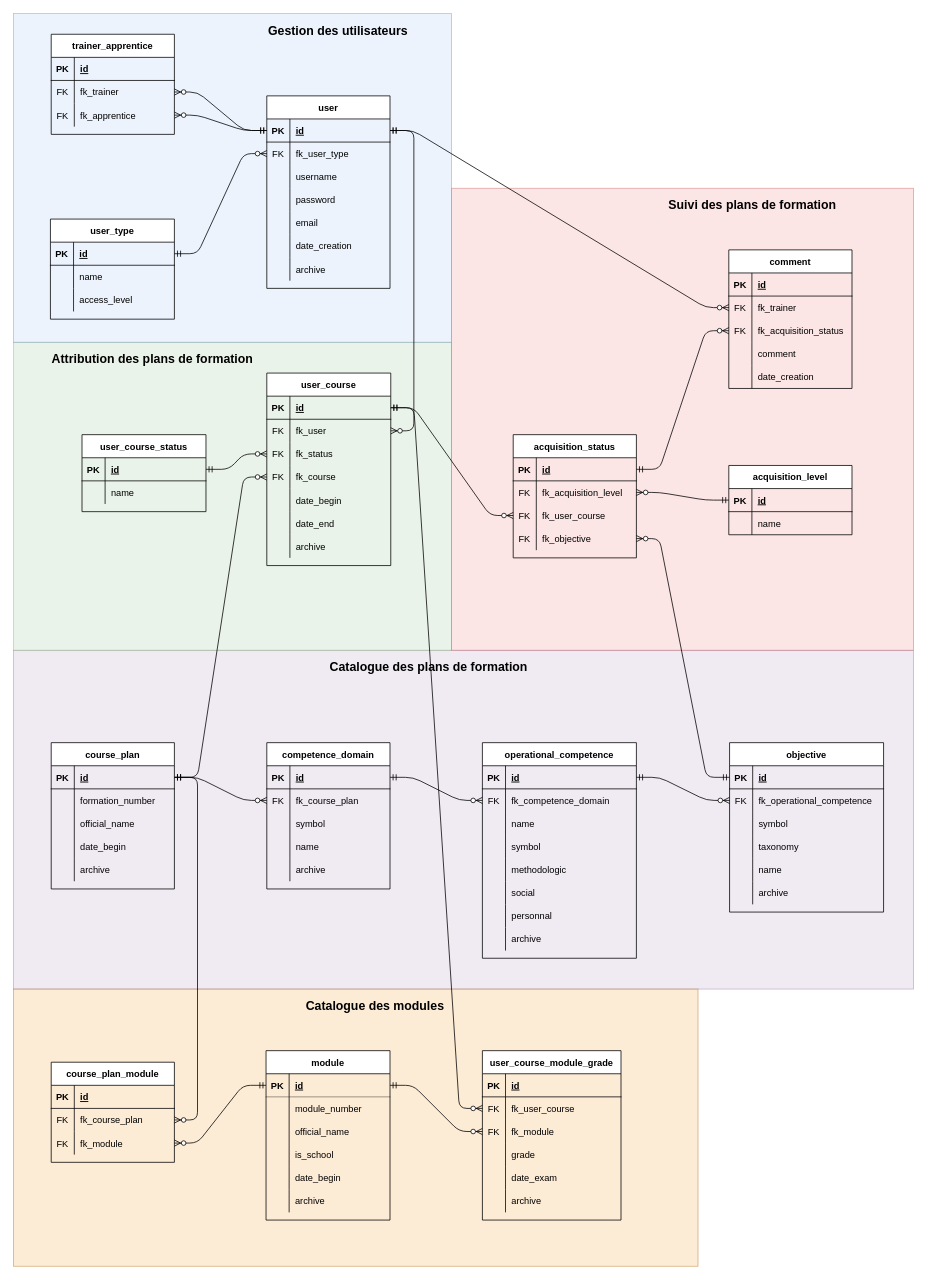
This is documentation/db_plafor.drawio from benmoumene/manage-course-codeigniter-4, a draw.io file, before an edit. Source tidied: cells renumbered, new cells numbered last; positions are measured from the earlier drawing's top-left corner, leaving out a move shared by most shapes. Both pictures are drawn from the tidied source at 77%, with x=0, y=0 at pixel (13, 13).
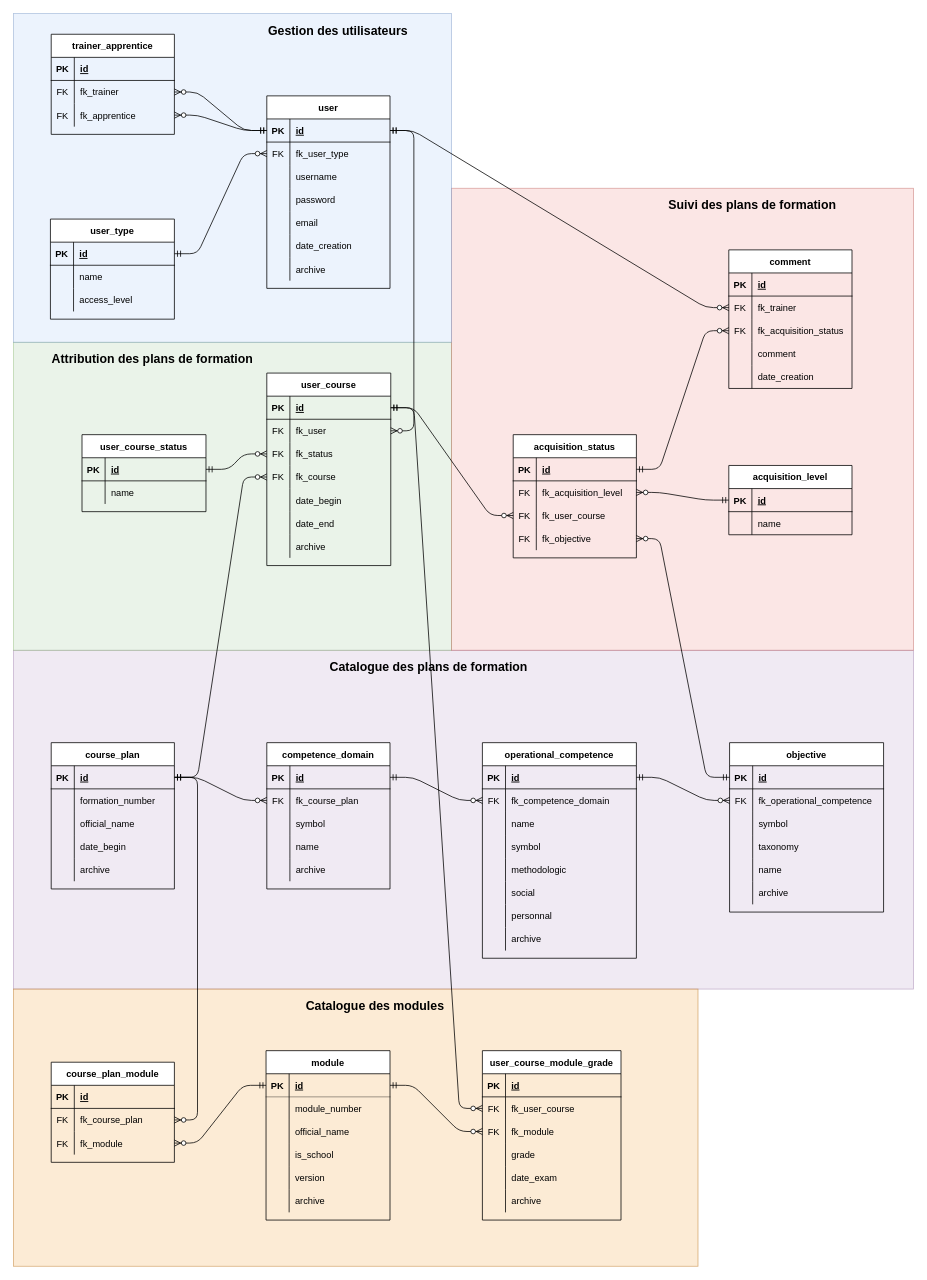
After the change.

Commit message (it also covers changes not shown here):
Rename module date_begin to version Actually allow using it

Unchanged cells that the change refers to:
```xml
<mxCell id="221" style="shape=tableRow;horizontal=0;startSize=0;swimlaneHead=0;swimlaneBody=0;fillColor=none;top=0;left=0;right=0;bottom=0;opacity=50;" parent="208" vertex="1">
  <mxGeometry y="150" width="161" height="30" as="geometry" />
</mxCell>
```

Diff of the diagram source:
```diff
@@
-    <mxCell id="223" value="date_begin" style="shape=partialRectangle;fillColor=none;top=0;left=0;bottom=0;right=0;align=left;spacingLeft=6;overflow=hidden;opacity=50;" parent="221" vertex="1">
+    <mxCell id="223" value="version" style="shape=partialRectangle;fillColor=none;top=0;left=0;bottom=0;right=0;align=left;spacingLeft=6;overflow=hidden;opacity=50;" parent="221" vertex="1">
       <mxGeometry x="30" width="131" height="30" as="geometry" />
     </mxCell>
```
